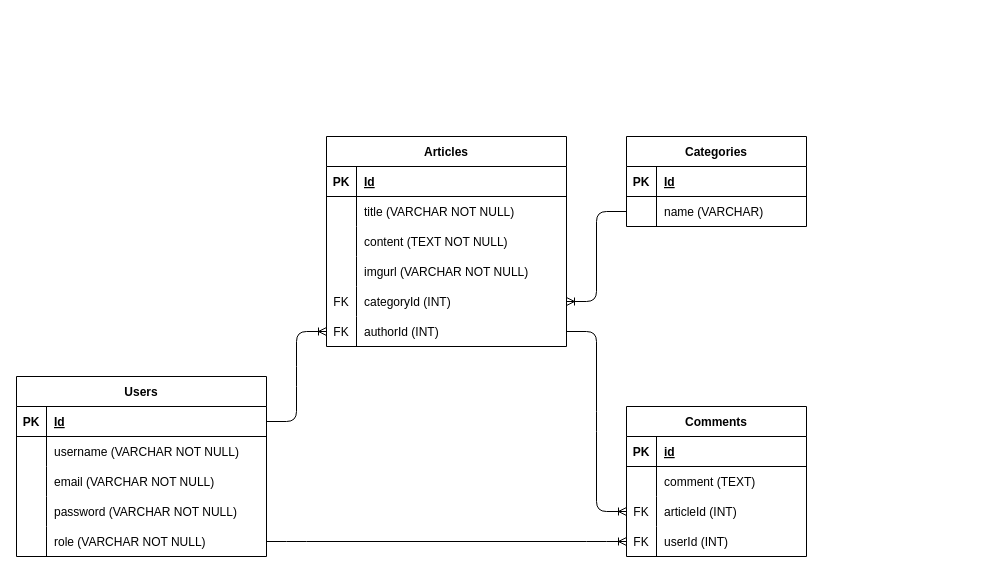
Above: schema/schema.drawio in preettypeanuts/FhonesWeb (draw.io), before the change. Source tidied: cells renumbered, new cells numbered last; positions are measured from the earlier drawing's top-left corner, leaving out a move shared by most shapes. Both pictures are drawn from the tidied source at 100%, with x=0, y=0 at pixel (16, 136).
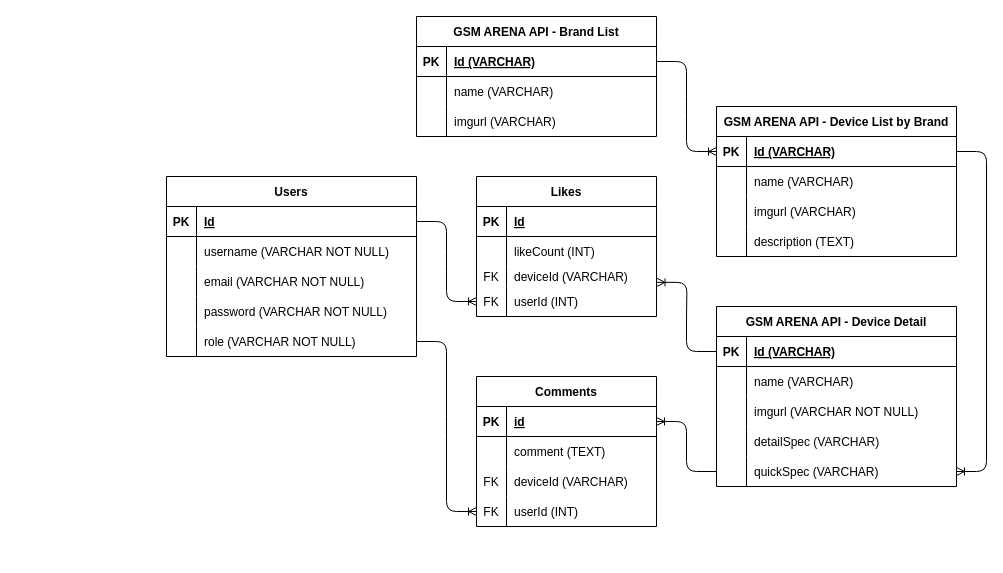
Above is the later version.

The change refers to these unchanged cells:
```xml
<mxCell id="3" style="shape=tableRow;horizontal=0;startSize=0;swimlaneHead=0;swimlaneBody=0;fillColor=none;points=[[0,0.5],[1,0.5]];portConstraint=eastwest;top=0;left=0;right=0;bottom=1;" parent="2" vertex="1">
  <mxGeometry y="30" width="240" height="30" as="geometry" />
</mxCell>
<mxCell id="6" style="shape=tableRow;horizontal=0;startSize=0;swimlaneHead=0;swimlaneBody=0;fillColor=none;top=0;left=0;right=0;bottom=0;" parent="2" vertex="1">
  <mxGeometry y="60" width="240" height="30" as="geometry" />
</mxCell>
<mxCell id="25" style="shape=tableRow;horizontal=0;startSize=0;swimlaneHead=0;swimlaneBody=0;fillColor=none;points=[[0,0.5],[1,0.5]];portConstraint=eastwest;top=0;left=0;right=0;bottom=0;" parent="21" vertex="1">
  <mxGeometry y="60" width="180" height="30" as="geometry" />
</mxCell>
<mxCell id="29" style="shape=tableRow;horizontal=0;startSize=0;swimlaneHead=0;swimlaneBody=0;fillColor=none;points=[[0,0.5],[1,0.5]];portConstraint=eastwest;top=0;left=0;right=0;bottom=1;" parent="28" vertex="1">
  <mxGeometry y="30" width="250" height="30" as="geometry" />
</mxCell>
<mxCell id="45" style="shape=tableRow;horizontal=0;startSize=0;swimlaneHead=0;swimlaneBody=0;fillColor=none;points=[[0,0.5],[1,0.5]];portConstraint=eastwest;top=0;left=0;right=0;bottom=1;" parent="44" vertex="1">
  <mxGeometry y="30" width="180" height="30" as="geometry" />
</mxCell>
<mxCell id="51" style="shape=tableRow;horizontal=0;startSize=0;swimlaneHead=0;swimlaneBody=0;fillColor=none;points=[[0,0.5],[1,0.5]];portConstraint=eastwest;top=0;left=0;right=0;bottom=0;" parent="44" vertex="1">
  <mxGeometry y="90" width="180" height="30" as="geometry" />
</mxCell>
```

What changed in the source:
```diff
@@
-    <mxCell id="2" value="Articles" style="shape=table;startSize=30;childLayout=tableLayout;rowLines=0;fontStyle=1;align=center;" parent="1" vertex="1">
-      <mxGeometry x="310" width="240" height="210" as="geometry" />
+    <mxCell id="2" value="GSM ARENA API - Brand List" style="shape=table;startSize=30;childLayout=tableLayout;rowLines=0;fontStyle=1;align=center;" parent="1" vertex="1">
+      <mxGeometry x="400" y="-120" width="240" height="120" as="geometry" />
     </mxCell>
@@
-    <mxCell id="5" value="Id" style="shape=partialRectangle;fillColor=none;top=0;left=0;bottom=0;right=0;align=left;spacingLeft=6;fontStyle=5;overflow=hidden;" parent="3" vertex="1">
+    <mxCell id="5" value="Id (VARCHAR)" style="shape=partialRectangle;fillColor=none;top=0;left=0;bottom=0;right=0;align=left;spacingLeft=6;fontStyle=5;overflow=hidden;" parent="3" vertex="1">
       <mxGeometry x="30" width="210" height="30" as="geometry" />
     </mxCell>
@@
-    <mxCell id="8" value="title (VARCHAR NOT NULL)" style="shape=partialRectangle;fillColor=none;top=0;left=0;bottom=0;right=0;align=left;spacingLeft=6;overflow=hidden;" parent="6" vertex="1">
+    <mxCell id="8" value="name (VARCHAR)" style="shape=partialRectangle;fillColor=none;top=0;left=0;bottom=0;right=0;align=left;spacingLeft=6;overflow=hidden;" parent="6" vertex="1">
       <mxGeometry x="30" width="210" height="30" as="geometry" />
     </mxCell>
-    <mxCell id="9" style="shape=tableRow;horizontal=0;startSize=0;swimlaneHead=0;swimlaneBody=0;fillColor=none;top=0;left=0;right=0;bottom=0;" parent="2" vertex="1">
-      <mxGeometry y="90" width="240" height="30" as="geometry" />
-    </mxCell>
-    <mxCell id="10" style="shape=partialRectangle;fillColor=none;top=0;left=0;bottom=0;right=0;overflow=hidden;" parent="9" vertex="1">
-      <mxGeometry width="30" height="30" as="geometry" />
-    </mxCell>
-    <mxCell id="11" value="content (TEXT NOT NULL)" style="shape=partialRectangle;fillColor=none;top=0;left=0;bottom=0;right=0;align=left;spacingLeft=6;overflow=hidden;" parent="9" vertex="1">
-      <mxGeometry x="30" width="210" height="30" as="geometry" />
-    </mxCell>
     <mxCell id="12" style="shape=tableRow;horizontal=0;startSize=0;swimlaneHead=0;swimlaneBody=0;fillColor=none;top=0;left=0;right=0;bottom=0;" parent="2" vertex="1">
-      <mxGeometry y="120" width="240" height="30" as="geometry" />
+      <mxGeometry y="90" width="240" height="30" as="geometry" />
     </mxCell>
@@
-    <mxCell id="14" value="imgurl (VARCHAR NOT NULL)" style="shape=partialRectangle;fillColor=none;top=0;left=0;bottom=0;right=0;align=left;spacingLeft=6;overflow=hidden;" parent="12" vertex="1">
+    <mxCell id="14" value="imgurl (VARCHAR)" style="shape=partialRectangle;fillColor=none;top=0;left=0;bottom=0;right=0;align=left;spacingLeft=6;overflow=hidden;" parent="12" vertex="1">
       <mxGeometry x="30" width="210" height="30" as="geometry" />
     </mxCell>
-    <mxCell id="15" style="shape=tableRow;horizontal=0;startSize=0;swimlaneHead=0;swimlaneBody=0;fillColor=none;points=[[0,0.5],[1,0.5]];portConstraint=eastwest;top=0;left=0;right=0;bottom=0;" parent="2" vertex="1">
-      <mxGeometry y="150" width="240" height="30" as="geometry" />
-    </mxCell>
-    <mxCell id="16" value="FK" style="shape=partialRectangle;fillColor=none;top=0;left=0;bottom=0;right=0;overflow=hidden;" parent="15" vertex="1">
-      <mxGeometry width="30" height="30" as="geometry" />
-    </mxCell>
-    <mxCell id="17" value="categoryId (INT)" style="shape=partialRectangle;fillColor=none;top=0;left=0;bottom=0;right=0;align=left;spacingLeft=6;overflow=hidden;" parent="15" vertex="1">
-      <mxGeometry x="30" width="210" height="30" as="geometry" />
-    </mxCell>
-    <mxCell id="18" style="shape=tableRow;horizontal=0;startSize=0;swimlaneHead=0;swimlaneBody=0;fillColor=none;points=[[0,0.5],[1,0.5]];portConstraint=eastwest;top=0;left=0;right=0;bottom=0;" parent="2" vertex="1">
-      <mxGeometry y="180" width="240" height="30" as="geometry" />
-    </mxCell>
-    <mxCell id="19" value="FK" style="shape=partialRectangle;fillColor=none;top=0;left=0;bottom=0;right=0;overflow=hidden;" parent="18" vertex="1">
-      <mxGeometry width="30" height="30" as="geometry" />
-    </mxCell>
-    <mxCell id="20" value="authorId (INT)" style="shape=partialRectangle;fillColor=none;top=0;left=0;bottom=0;right=0;align=left;spacingLeft=6;overflow=hidden;" parent="18" vertex="1">
-      <mxGeometry x="30" width="210" height="30" as="geometry" />
-    </mxCell>
-    <mxCell id="21" value="Categories" style="shape=table;startSize=30;childLayout=tableLayout;rowLines=0;fontStyle=1;align=center;" parent="1" vertex="1">
-      <mxGeometry x="610" width="180" height="90" as="geometry" />
+    <mxCell id="21" value="Likes" style="shape=table;startSize=30;childLayout=tableLayout;rowLines=0;fontStyle=1;align=center;" parent="1" vertex="1">
+      <mxGeometry x="460" y="40" width="180" height="140" as="geometry" />
     </mxCell>
@@
-    <mxCell id="27" value="name (VARCHAR)" style="shape=partialRectangle;fillColor=none;top=0;left=0;bottom=0;right=0;align=left;spacingLeft=6;overflow=hidden;" parent="25" vertex="1">
+    <mxCell id="27" value="likeCount (INT)" style="shape=partialRectangle;fillColor=none;top=0;left=0;bottom=0;right=0;align=left;spacingLeft=6;overflow=hidden;" parent="25" vertex="1">
       <mxGeometry x="30" width="150" height="30" as="geometry" />
     </mxCell>
+    <mxCell id="61" style="shape=tableRow;horizontal=0;startSize=0;swimlaneHead=0;swimlaneBody=0;fillColor=none;top=0;left=0;right=0;bottom=0;" parent="21" vertex="1">
+      <mxGeometry y="90" width="180" height="20" as="geometry" />
+    </mxCell>
+    <mxCell id="62" value="FK" style="shape=partialRectangle;fillColor=none;top=0;left=0;bottom=0;right=0;overflow=hidden;" parent="61" vertex="1">
+      <mxGeometry width="30" height="20" as="geometry" />
+    </mxCell>
+    <mxCell id="63" value="deviceId (VARCHAR)" style="shape=partialRectangle;fillColor=none;top=0;left=0;bottom=0;right=0;align=left;spacingLeft=6;overflow=hidden;" parent="61" vertex="1">
+      <mxGeometry x="30" width="150" height="20" as="geometry" />
+    </mxCell>
+    <mxCell id="64" style="shape=tableRow;horizontal=0;startSize=0;swimlaneHead=0;swimlaneBody=0;fillColor=none;points=[[0,0.5],[1,0.5]];portConstraint=eastwest;top=0;left=0;right=0;bottom=0;" parent="21" vertex="1">
+      <mxGeometry y="110" width="180" height="30" as="geometry" />
+    </mxCell>
+    <mxCell id="65" value="FK" style="shape=partialRectangle;fillColor=none;top=0;left=0;bottom=0;right=0;overflow=hidden;" parent="64" vertex="1">
+      <mxGeometry width="30" height="30" as="geometry" />
+    </mxCell>
+    <mxCell id="66" value="userId (INT)" style="shape=partialRectangle;fillColor=none;top=0;left=0;bottom=0;right=0;align=left;spacingLeft=6;overflow=hidden;" parent="64" vertex="1">
+      <mxGeometry x="30" width="150" height="30" as="geometry" />
+    </mxCell>
     <mxCell id="28" value="Users" style="shape=table;startSize=30;childLayout=tableLayout;rowLines=0;fontStyle=1;align=center;" parent="1" vertex="1">
-      <mxGeometry y="240" width="250" height="180" as="geometry" />
+      <mxGeometry x="150" y="40" width="250" height="180" as="geometry" />
     </mxCell>
@@
     <mxCell id="44" value="Comments" style="shape=table;startSize=30;childLayout=tableLayout;rowLines=0;fontStyle=1;align=center;" parent="1" vertex="1">
-      <mxGeometry x="610" y="270" width="180" height="150" as="geometry" />
+      <mxGeometry x="460" y="240" width="180" height="150" as="geometry" />
     </mxCell>
@@
-    <mxCell id="53" value="articleId (INT)" style="shape=partialRectangle;fillColor=none;top=0;left=0;bottom=0;right=0;align=left;spacingLeft=6;overflow=hidden;" parent="51" vertex="1">
+    <mxCell id="53" value="deviceId (VARCHAR)" style="shape=partialRectangle;fillColor=none;top=0;left=0;bottom=0;right=0;align=left;spacingLeft=6;overflow=hidden;" parent="51" vertex="1">
       <mxGeometry x="30" width="150" height="30" as="geometry" />
     </mxCell>
@@
-    <mxCell id="57" style="edgeStyle=entityRelationEdgeStyle;fontSize=12;html=1;endArrow=ERoneToMany;exitX=1;exitY=0.5;exitDx=0;exitDy=0;entryX=0;entryY=0.5;entryDx=0;entryDy=0;" parent="1" edge="1" source="29" target="18">
-      <mxGeometry relative="1" as="geometry" />
-    </mxCell>
-    <mxCell id="58" style="edgeStyle=entityRelationEdgeStyle;fontSize=12;html=1;endArrow=ERoneToMany;exitX=0;exitY=0.5;exitDx=0;exitDy=0;entryX=1;entryY=0.5;entryDx=0;entryDy=0;" parent="1" edge="1" source="25" target="15">
-      <mxGeometry relative="1" as="geometry" />
-    </mxCell>
@@
-    <mxCell id="60" style="edgeStyle=entityRelationEdgeStyle;fontSize=12;html=1;endArrow=ERoneToMany;exitX=1;exitY=0.5;exitDx=0;exitDy=0;" parent="1" edge="1" source="18" target="51">
-      <mxGeometry relative="1" as="geometry" />
-    </mxCell>
+    <mxCell id="67" value="GSM ARENA API - Device List by Brand" style="shape=table;startSize=30;childLayout=tableLayout;rowLines=0;fontStyle=1;align=center;" parent="1" vertex="1">
+      <mxGeometry x="700" y="-30" width="240" height="150" as="geometry" />
+    </mxCell>
+    <mxCell id="68" style="shape=tableRow;horizontal=0;startSize=0;swimlaneHead=0;swimlaneBody=0;fillColor=none;points=[[0,0.5],[1,0.5]];portConstraint=eastwest;top=0;left=0;right=0;bottom=1;" parent="67" vertex="1">
+      <mxGeometry y="30" width="240" height="30" as="geometry" />
+    </mxCell>
+    <mxCell id="69" value="PK" style="shape=partialRectangle;fillColor=none;top=0;left=0;bottom=0;right=0;fontStyle=1;overflow=hidden;" parent="68" vertex="1">
+      <mxGeometry width="30" height="30" as="geometry" />
+    </mxCell>
+    <mxCell id="70" value="Id (VARCHAR)" style="shape=partialRectangle;fillColor=none;top=0;left=0;bottom=0;right=0;align=left;spacingLeft=6;fontStyle=5;overflow=hidden;" parent="68" vertex="1">
+      <mxGeometry x="30" width="210" height="30" as="geometry" />
+    </mxCell>
+    <mxCell id="71" style="shape=tableRow;horizontal=0;startSize=0;swimlaneHead=0;swimlaneBody=0;fillColor=none;top=0;left=0;right=0;bottom=0;" parent="67" vertex="1">
+      <mxGeometry y="60" width="240" height="30" as="geometry" />
+    </mxCell>
+    <mxCell id="72" style="shape=partialRectangle;fillColor=none;top=0;left=0;bottom=0;right=0;overflow=hidden;" parent="71" vertex="1">
+      <mxGeometry width="30" height="30" as="geometry" />
+    </mxCell>
+    <mxCell id="73" value="name (VARCHAR)" style="shape=partialRectangle;fillColor=none;top=0;left=0;bottom=0;right=0;align=left;spacingLeft=6;overflow=hidden;" parent="71" vertex="1">
+      <mxGeometry x="30" width="210" height="30" as="geometry" />
+    </mxCell>
+    <mxCell id="74" style="shape=tableRow;horizontal=0;startSize=0;swimlaneHead=0;swimlaneBody=0;fillColor=none;top=0;left=0;right=0;bottom=0;" parent="67" vertex="1">
+      <mxGeometry y="90" width="240" height="30" as="geometry" />
+    </mxCell>
+    <mxCell id="75" style="shape=partialRectangle;fillColor=none;top=0;left=0;bottom=0;right=0;overflow=hidden;" parent="74" vertex="1">
+      <mxGeometry width="30" height="30" as="geometry" />
+    </mxCell>
+    <mxCell id="76" value="imgurl (VARCHAR)" style="shape=partialRectangle;fillColor=none;top=0;left=0;bottom=0;right=0;align=left;spacingLeft=6;overflow=hidden;" parent="74" vertex="1">
+      <mxGeometry x="30" width="210" height="30" as="geometry" />
+    </mxCell>
+    <mxCell id="77" style="shape=tableRow;horizontal=0;startSize=0;swimlaneHead=0;swimlaneBody=0;fillColor=none;top=0;left=0;right=0;bottom=0;" parent="67" vertex="1">
+      <mxGeometry y="120" width="240" height="30" as="geometry" />
+    </mxCell>
+    <mxCell id="78" style="shape=partialRectangle;fillColor=none;top=0;left=0;bottom=0;right=0;overflow=hidden;" parent="77" vertex="1">
+      <mxGeometry width="30" height="30" as="geometry" />
+    </mxCell>
+    <mxCell id="79" value="description (TEXT)" style="shape=partialRectangle;fillColor=none;top=0;left=0;bottom=0;right=0;align=left;spacingLeft=6;overflow=hidden;" parent="77" vertex="1">
+      <mxGeometry x="30" width="210" height="30" as="geometry" />
+    </mxCell>
+    <mxCell id="80" value="GSM ARENA API - Device Detail" style="shape=table;startSize=30;childLayout=tableLayout;rowLines=0;fontStyle=1;align=center;" parent="1" vertex="1">
+      <mxGeometry x="700" y="170" width="240" height="180" as="geometry" />
+    </mxCell>
+    <mxCell id="81" style="shape=tableRow;horizontal=0;startSize=0;swimlaneHead=0;swimlaneBody=0;fillColor=none;points=[[0,0.5],[1,0.5]];portConstraint=eastwest;top=0;left=0;right=0;bottom=1;" parent="80" vertex="1">
+      <mxGeometry y="30" width="240" height="30" as="geometry" />
+    </mxCell>
+    <mxCell id="82" value="PK" style="shape=partialRectangle;fillColor=none;top=0;left=0;bottom=0;right=0;fontStyle=1;overflow=hidden;" parent="81" vertex="1">
+      <mxGeometry width="30" height="30" as="geometry" />
+    </mxCell>
+    <mxCell id="83" value="Id (VARCHAR)" style="shape=partialRectangle;fillColor=none;top=0;left=0;bottom=0;right=0;align=left;spacingLeft=6;fontStyle=5;overflow=hidden;" parent="81" vertex="1">
+      <mxGeometry x="30" width="210" height="30" as="geometry" />
+    </mxCell>
+    <mxCell id="84" style="shape=tableRow;horizontal=0;startSize=0;swimlaneHead=0;swimlaneBody=0;fillColor=none;top=0;left=0;right=0;bottom=0;" parent="80" vertex="1">
+      <mxGeometry y="60" width="240" height="30" as="geometry" />
+    </mxCell>
+    <mxCell id="85" style="shape=partialRectangle;fillColor=none;top=0;left=0;bottom=0;right=0;overflow=hidden;" parent="84" vertex="1">
+      <mxGeometry width="30" height="30" as="geometry" />
+    </mxCell>
+    <mxCell id="86" value="name (VARCHAR)" style="shape=partialRectangle;fillColor=none;top=0;left=0;bottom=0;right=0;align=left;spacingLeft=6;overflow=hidden;" parent="84" vertex="1">
+      <mxGeometry x="30" width="210" height="30" as="geometry" />
+    </mxCell>
+    <mxCell id="87" style="shape=tableRow;horizontal=0;startSize=0;swimlaneHead=0;swimlaneBody=0;fillColor=none;top=0;left=0;right=0;bottom=0;" parent="80" vertex="1">
+      <mxGeometry y="90" width="240" height="30" as="geometry" />
+    </mxCell>
+    <mxCell id="88" style="shape=partialRectangle;fillColor=none;top=0;left=0;bottom=0;right=0;overflow=hidden;" parent="87" vertex="1">
+      <mxGeometry width="30" height="30" as="geometry" />
+    </mxCell>
+    <mxCell id="89" value="imgurl (VARCHAR NOT NULL)" style="shape=partialRectangle;fillColor=none;top=0;left=0;bottom=0;right=0;align=left;spacingLeft=6;overflow=hidden;" parent="87" vertex="1">
+      <mxGeometry x="30" width="210" height="30" as="geometry" />
+    </mxCell>
+    <mxCell id="90" style="shape=tableRow;horizontal=0;startSize=0;swimlaneHead=0;swimlaneBody=0;fillColor=none;top=0;left=0;right=0;bottom=0;" parent="80" vertex="1">
+      <mxGeometry y="120" width="240" height="30" as="geometry" />
+    </mxCell>
+    <mxCell id="91" style="shape=partialRectangle;fillColor=none;top=0;left=0;bottom=0;right=0;overflow=hidden;" parent="90" vertex="1">
+      <mxGeometry width="30" height="30" as="geometry" />
+    </mxCell>
+    <mxCell id="92" value="detailSpec (VARCHAR)" style="shape=partialRectangle;fillColor=none;top=0;left=0;bottom=0;right=0;align=left;spacingLeft=6;overflow=hidden;" parent="90" vertex="1">
+      <mxGeometry x="30" width="210" height="30" as="geometry" />
+    </mxCell>
+    <mxCell id="15" style="shape=tableRow;horizontal=0;startSize=0;swimlaneHead=0;swimlaneBody=0;fillColor=none;points=[[0,0.5],[1,0.5]];portConstraint=eastwest;top=0;left=0;right=0;bottom=0;" parent="80" vertex="1">
+      <mxGeometry y="150" width="240" height="30" as="geometry" />
+    </mxCell>
+    <mxCell id="93" style="shape=partialRectangle;fillColor=none;top=0;left=0;bottom=0;right=0;overflow=hidden;" parent="15" vertex="1">
+      <mxGeometry width="30" height="30" as="geometry" />
+    </mxCell>
+    <mxCell id="94" value="quickSpec (VARCHAR)" style="shape=partialRectangle;fillColor=none;top=0;left=0;bottom=0;right=0;align=left;spacingLeft=6;overflow=hidden;" parent="15" vertex="1">
+      <mxGeometry x="30" width="210" height="30" as="geometry" />
+    </mxCell>
+    <mxCell id="95" style="edgeStyle=entityRelationEdgeStyle;fontSize=12;html=1;endArrow=ERoneToMany;exitX=1;exitY=0.5;exitDx=0;exitDy=0;entryX=0;entryY=0.5;entryDx=0;entryDy=0;" parent="1" edge="1" source="3" target="68">
+      <mxGeometry relative="1" as="geometry" />
+    </mxCell>
+    <mxCell id="96" style="edgeStyle=entityRelationEdgeStyle;fontSize=12;html=1;endArrow=ERoneToMany;exitX=1;exitY=0.5;exitDx=0;exitDy=0;" parent="1" edge="1" source="68" target="15">
+      <mxGeometry relative="1" as="geometry" />
+    </mxCell>
+    <mxCell id="97" style="edgeStyle=entityRelationEdgeStyle;fontSize=12;html=1;endArrow=ERoneToMany;exitX=1;exitY=0.5;exitDx=0;exitDy=0;entryX=0;entryY=0.5;entryDx=0;entryDy=0;" parent="1" edge="1" source="29" target="64">
+      <mxGeometry relative="1" as="geometry" />
+    </mxCell>
+    <mxCell id="98" style="edgeStyle=entityRelationEdgeStyle;fontSize=12;html=1;endArrow=ERoneToMany;exitX=0;exitY=0.5;exitDx=0;exitDy=0;entryX=1.003;entryY=-0.138;entryDx=0;entryDy=0;entryPerimeter=0;" parent="1" edge="1" source="81" target="64">
+      <mxGeometry relative="1" as="geometry" />
+    </mxCell>
+    <mxCell id="99" style="edgeStyle=entityRelationEdgeStyle;fontSize=12;html=1;endArrow=ERoneToMany;exitX=0;exitY=0.5;exitDx=0;exitDy=0;entryX=1;entryY=0.5;entryDx=0;entryDy=0;" parent="1" edge="1" source="15" target="45">
+      <mxGeometry relative="1" as="geometry" />
+    </mxCell>
```
